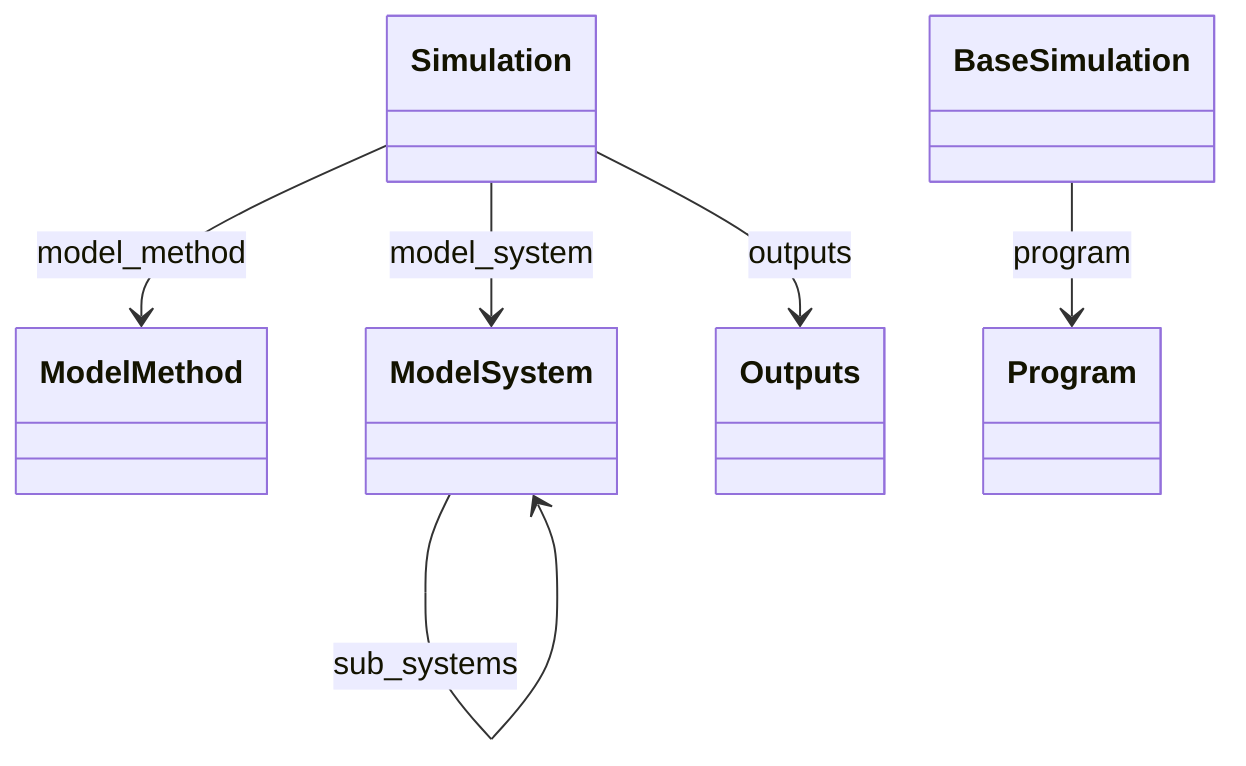
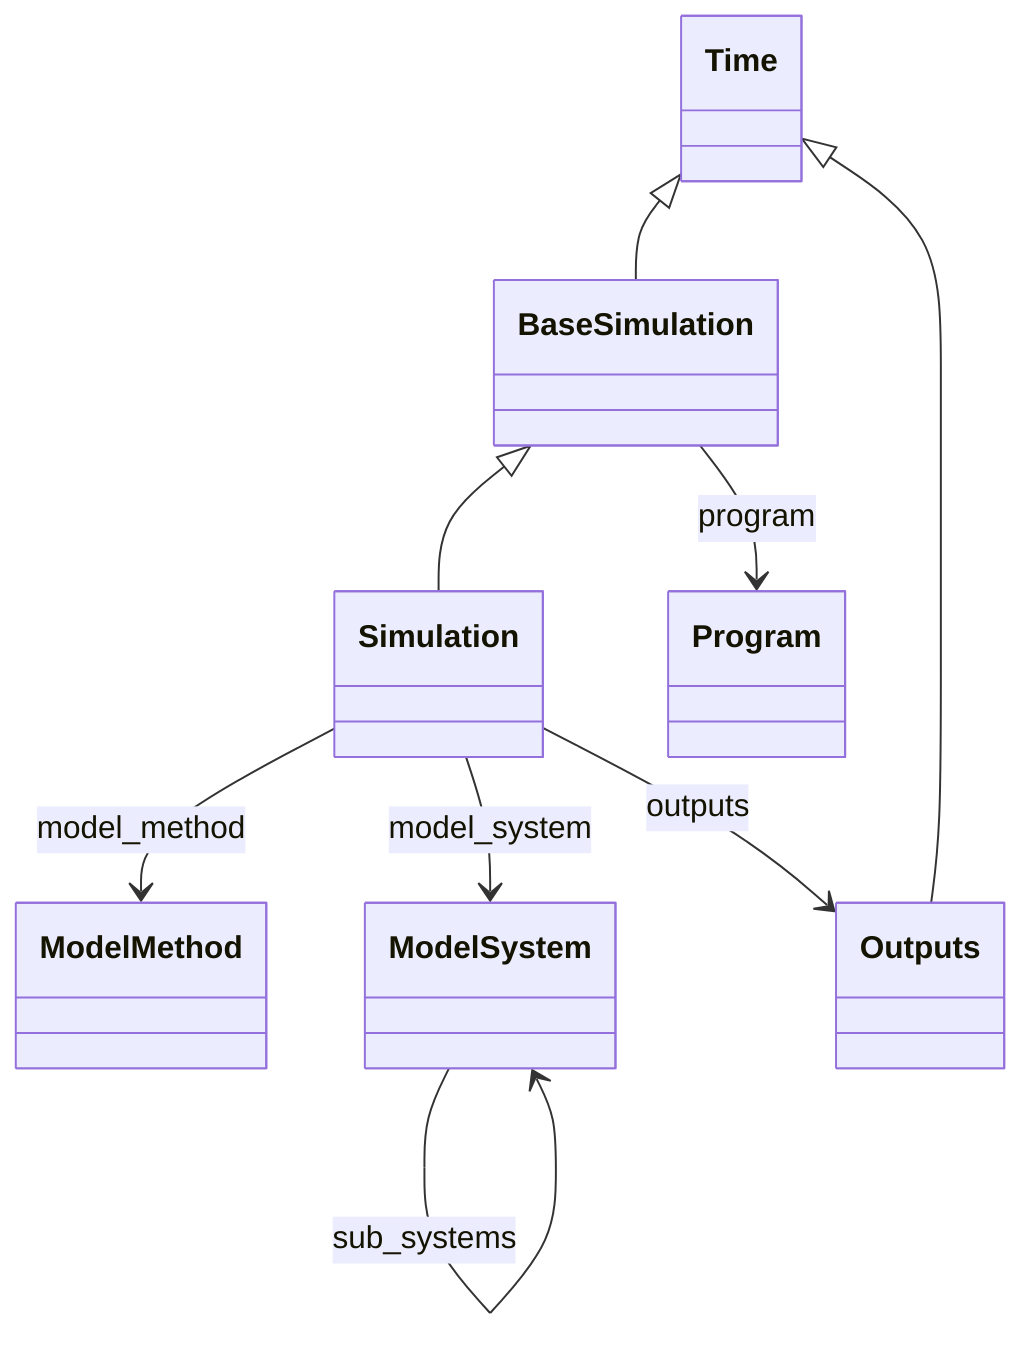
classDiagram
    class BaseSimulation
    class ModelMethod
    class ModelSystem
    class Outputs
    class Program
    class Simulation
+     class Time
+     Time <|-- BaseSimulation
+     Time <|-- Outputs
+     BaseSimulation <|-- Simulation
    BaseSimulation --> Program : program
    ModelSystem --> ModelSystem : sub_systems
    Simulation --> ModelMethod : model_method
    Simulation --> ModelSystem : model_system
    Simulation --> Outputs : outputs
